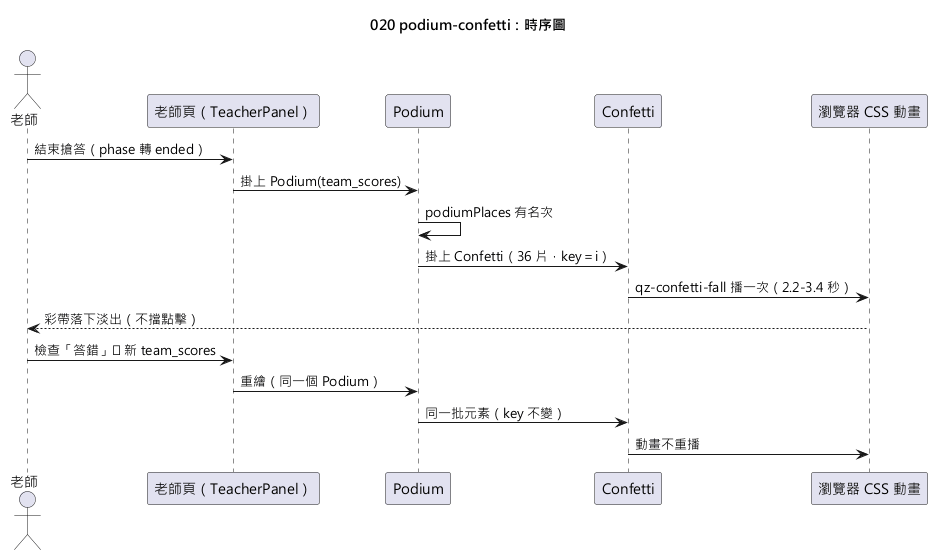
Above: diagrams/020-podium-confetti-sequence.png in yue083139/software_fin-speckit (PlantUML), before the change. The source it was exported from:
```plantuml
@startuml 020-podium-confetti-sequence
skinparamlocked defaultFontName Microsoft JhengHei
title 020 podium-confetti：時序圖

actor "老師" as T
participant "老師頁（TeacherPanel）" as W
participant "Podium" as P
participant "Confetti" as C
participant "瀏覽器 CSS 動畫" as B

T -> W : 結束搶答（phase 轉 ended）
W -> P : 掛上 Podium(team_scores)
P -> P : podiumPlaces 有名次
P -> C : 掛上 Confetti（36 片，key＝i）
C -> B : qz-confetti-fall 播一次（2.2-3.4 秒）
B --> T : 彩帶落下淡出（不擋點擊）
T -> W : 檢查「答錯」⇒ 新 team_scores
W -> P : 重繪（同一個 Podium）
P -> C : 同一批元素（key 不變）
C -> B : 動畫不重播
@enduml
```
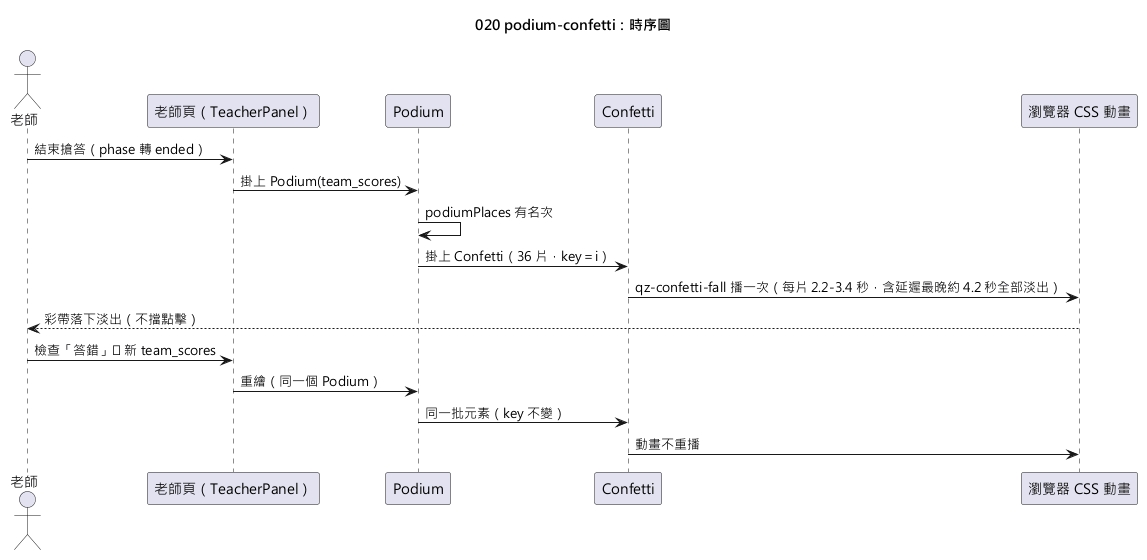
The same diagram one commit later.

Commit message:
docs(diagrams): 020-podium-confetti 類別圖與時序圖訂正（評審 followup）

Change to the diagram source:
```diff
@@ -12,7 +12,7 @@
 W -> P : 掛上 Podium(team_scores)
 P -> P : podiumPlaces 有名次
 P -> C : 掛上 Confetti（36 片，key＝i）
-C -> B : qz-confetti-fall 播一次（2.2-3.4 秒）
+C -> B : qz-confetti-fall 播一次（每片 2.2-3.4 秒，含延遲最晚約 4.2 秒全部淡出）
 B --> T : 彩帶落下淡出（不擋點擊）
 T -> W : 檢查「答錯」⇒ 新 team_scores
 W -> P : 重繪（同一個 Podium）
```
